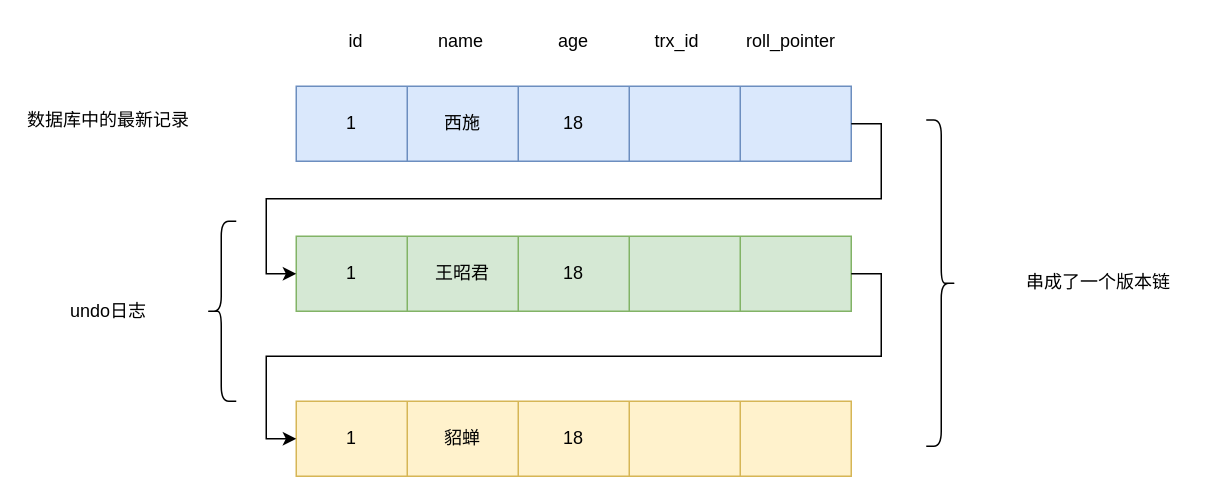
Earlier version of the draw.io diagram image/mvcc版本链.drawio (erlieStar/mysql-ask). Source tidied: cells renumbered, new cells numbered last; positions are measured from the earlier drawing's top-left corner, leaving out a move shared by most shapes. Both pictures are drawn from the tidied source at 150%, with x=0, y=0 at pixel (26, 26).
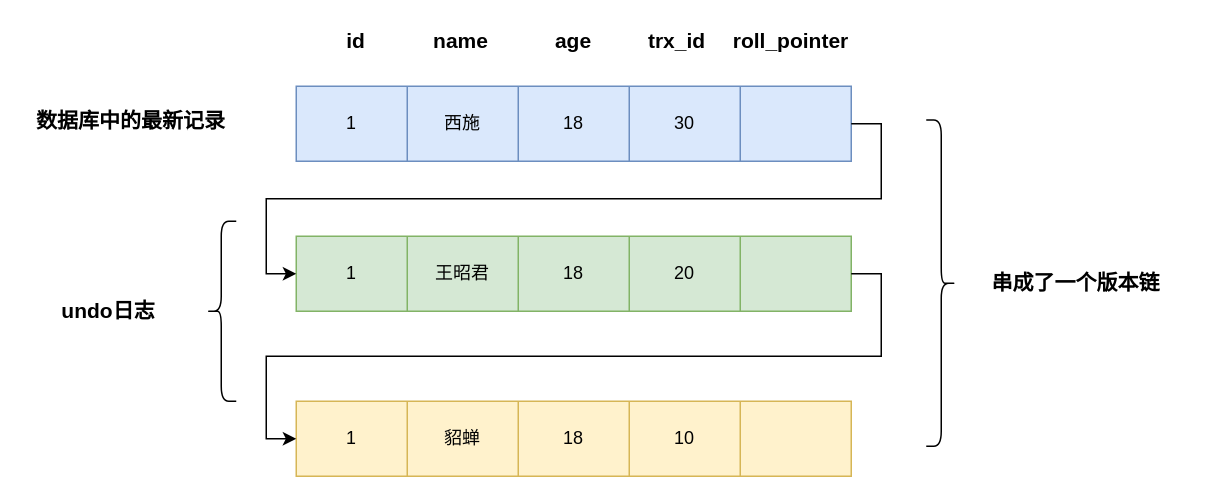
The same diagram, later.

Unchanged cells that the change refers to:
```xml
<mxCell id="3" style="shape=partialRectangle;html=1;whiteSpace=wrap;fillColor=none;top=0;left=0;bottom=0;right=0;points=[[0,0.5],[1,0.5]];portConstraint=eastwest;" parent="2" vertex="1">
  <mxGeometry width="370" height="50" as="geometry" />
</mxCell>
<mxCell id="10" style="shape=partialRectangle;html=1;whiteSpace=wrap;fillColor=none;top=0;left=0;bottom=0;right=0;points=[[0,0.5],[1,0.5]];portConstraint=eastwest;" parent="9" vertex="1">
  <mxGeometry width="370" height="50" as="geometry" />
</mxCell>
<mxCell id="17" style="shape=partialRectangle;html=1;whiteSpace=wrap;fillColor=none;top=0;left=0;bottom=0;right=0;points=[[0,0.5],[1,0.5]];portConstraint=eastwest;" parent="16" vertex="1">
  <mxGeometry width="370" height="50" as="geometry" />
</mxCell>
```

What changed in the source:
```diff
@@
-    <mxCell id="7" style="shape=partialRectangle;html=1;whiteSpace=wrap;fillColor=none;top=0;left=0;bottom=0;right=0;overflow=hidden;" parent="3" vertex="1">
+    <mxCell id="7" value="30" style="shape=partialRectangle;html=1;whiteSpace=wrap;fillColor=none;top=0;left=0;bottom=0;right=0;overflow=hidden;" parent="3" vertex="1">
       <mxGeometry x="222" width="74" height="50" as="geometry" />
     </mxCell>
@@
-    <mxCell id="14" style="shape=partialRectangle;html=1;whiteSpace=wrap;fillColor=none;top=0;left=0;bottom=0;right=0;overflow=hidden;" parent="10" vertex="1">
+    <mxCell id="14" value="20" style="shape=partialRectangle;html=1;whiteSpace=wrap;fillColor=none;top=0;left=0;bottom=0;right=0;overflow=hidden;" parent="10" vertex="1">
       <mxGeometry x="222" width="74" height="50" as="geometry" />
     </mxCell>
@@
-    <mxCell id="21" style="shape=partialRectangle;html=1;whiteSpace=wrap;fillColor=none;top=0;left=0;bottom=0;right=0;overflow=hidden;" parent="17" vertex="1">
+    <mxCell id="21" value="10" style="shape=partialRectangle;html=1;whiteSpace=wrap;fillColor=none;top=0;left=0;bottom=0;right=0;overflow=hidden;" parent="17" vertex="1">
       <mxGeometry x="222" width="74" height="50" as="geometry" />
     </mxCell>
@@
-    <mxCell id="25" value="id" style="text;html=1;strokeColor=none;fillColor=none;align=center;verticalAlign=middle;whiteSpace=wrap;rounded=0;sketch=0;" parent="1" vertex="1">
+    <mxCell id="25" value="&lt;b&gt;&lt;font style=&quot;font-size: 14px&quot;&gt;id&lt;/font&gt;&lt;/b&gt;" style="text;html=1;strokeColor=none;fillColor=none;align=center;verticalAlign=middle;whiteSpace=wrap;rounded=0;sketch=0;" parent="1" vertex="1">
       <mxGeometry x="200" width="40" height="20" as="geometry" />
     </mxCell>
-    <mxCell id="26" value="name" style="text;html=1;strokeColor=none;fillColor=none;align=center;verticalAlign=middle;whiteSpace=wrap;rounded=0;sketch=0;" parent="1" vertex="1">
+    <mxCell id="26" value="&lt;b&gt;&lt;font style=&quot;font-size: 14px&quot;&gt;name&lt;/font&gt;&lt;/b&gt;" style="text;html=1;strokeColor=none;fillColor=none;align=center;verticalAlign=middle;whiteSpace=wrap;rounded=0;sketch=0;" parent="1" vertex="1">
       <mxGeometry x="270" width="40" height="20" as="geometry" />
     </mxCell>
-    <mxCell id="27" value="age" style="text;html=1;strokeColor=none;fillColor=none;align=center;verticalAlign=middle;whiteSpace=wrap;rounded=0;sketch=0;" parent="1" vertex="1">
+    <mxCell id="27" value="&lt;b&gt;&lt;font style=&quot;font-size: 14px&quot;&gt;age&lt;/font&gt;&lt;/b&gt;" style="text;html=1;strokeColor=none;fillColor=none;align=center;verticalAlign=middle;whiteSpace=wrap;rounded=0;sketch=0;" parent="1" vertex="1">
       <mxGeometry x="345" width="40" height="20" as="geometry" />
     </mxCell>
-    <mxCell id="28" value="trx_id" style="text;html=1;strokeColor=none;fillColor=none;align=center;verticalAlign=middle;whiteSpace=wrap;rounded=0;sketch=0;" parent="1" vertex="1">
+    <mxCell id="28" value="&lt;b&gt;&lt;font style=&quot;font-size: 14px&quot;&gt;trx_id&lt;/font&gt;&lt;/b&gt;" style="text;html=1;strokeColor=none;fillColor=none;align=center;verticalAlign=middle;whiteSpace=wrap;rounded=0;sketch=0;" parent="1" vertex="1">
       <mxGeometry x="414" width="40" height="20" as="geometry" />
     </mxCell>
-    <mxCell id="29" value="roll_pointer" style="text;html=1;strokeColor=none;fillColor=none;align=center;verticalAlign=middle;whiteSpace=wrap;rounded=0;sketch=0;" parent="1" vertex="1">
+    <mxCell id="29" value="&lt;b&gt;&lt;font style=&quot;font-size: 14px&quot;&gt;roll_pointer&lt;/font&gt;&lt;/b&gt;" style="text;html=1;strokeColor=none;fillColor=none;align=center;verticalAlign=middle;whiteSpace=wrap;rounded=0;sketch=0;" parent="1" vertex="1">
       <mxGeometry x="490" width="40" height="20" as="geometry" />
     </mxCell>
@@
-    <mxCell id="31" value="数据库中的最新记录" style="text;html=1;strokeColor=none;fillColor=none;align=center;verticalAlign=middle;whiteSpace=wrap;rounded=0;sketch=0;" parent="1" vertex="1">
-      <mxGeometry y="55" width="110" height="15" as="geometry" />
+    <mxCell id="31" value="&lt;b&gt;&lt;font style=&quot;font-size: 14px&quot;&gt;数据库中的最新记录&lt;/font&gt;&lt;/b&gt;" style="text;html=1;strokeColor=none;fillColor=none;align=center;verticalAlign=middle;whiteSpace=wrap;rounded=0;sketch=0;" parent="1" vertex="1">
+      <mxGeometry y="55" width="140" height="15" as="geometry" />
     </mxCell>
-    <mxCell id="32" value="undo日志" style="text;html=1;strokeColor=none;fillColor=none;align=center;verticalAlign=middle;whiteSpace=wrap;rounded=0;sketch=0;" parent="1" vertex="1">
+    <mxCell id="32" value="&lt;b&gt;&lt;font style=&quot;font-size: 14px&quot;&gt;undo日志&lt;/font&gt;&lt;/b&gt;" style="text;html=1;strokeColor=none;fillColor=none;align=center;verticalAlign=middle;whiteSpace=wrap;rounded=0;sketch=0;" parent="1" vertex="1">
       <mxGeometry y="182.5" width="110" height="15" as="geometry" />
     </mxCell>
@@
-    <mxCell id="34" value="串成了一个版本链" style="text;html=1;strokeColor=none;fillColor=none;align=center;verticalAlign=middle;whiteSpace=wrap;rounded=0;sketch=0;" parent="1" vertex="1">
-      <mxGeometry x="660" y="163.8" width="110" height="15" as="geometry" />
+    <mxCell id="34" value="&lt;b&gt;&lt;font style=&quot;font-size: 14px&quot;&gt;串成了一个版本链&lt;/font&gt;&lt;/b&gt;" style="text;html=1;strokeColor=none;fillColor=none;align=center;verticalAlign=middle;whiteSpace=wrap;rounded=0;sketch=0;" parent="1" vertex="1">
+      <mxGeometry x="630" y="163.8" width="140" height="15" as="geometry" />
     </mxCell>
```
